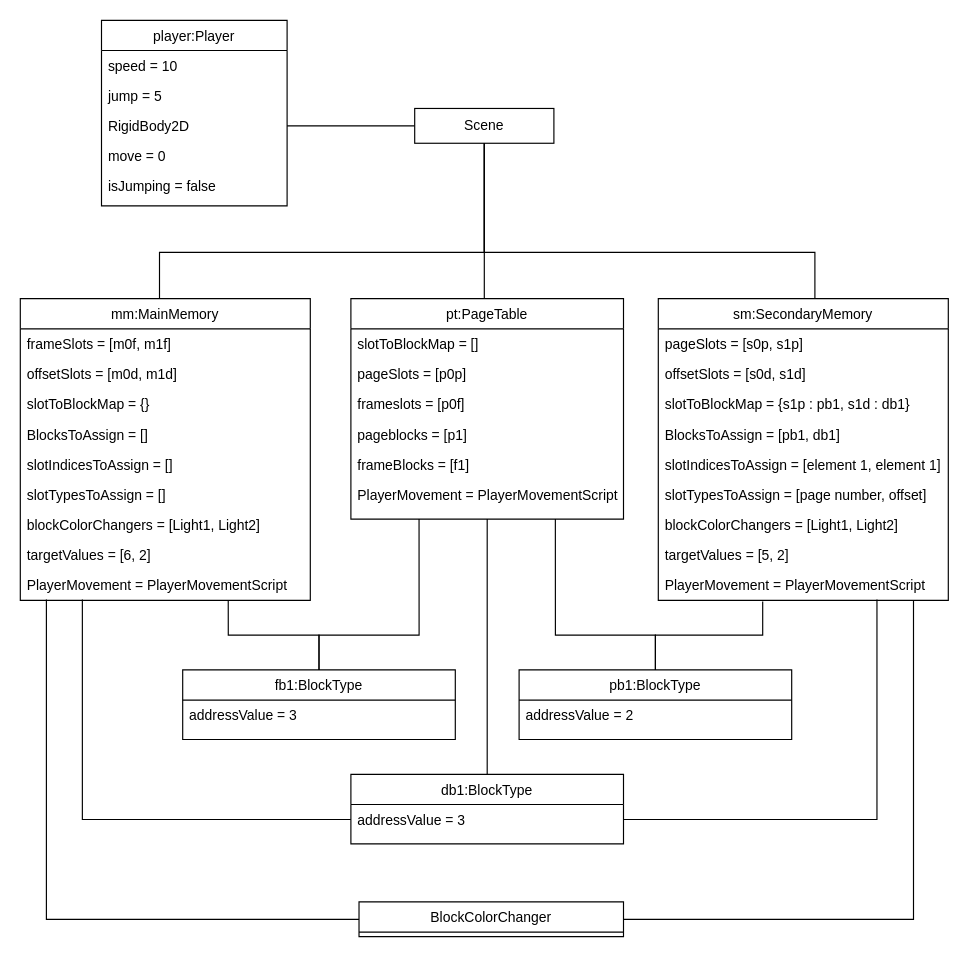
The draw.io diagram Drawio Files/MM_Object_Diagram.drawio in jgharrison1/Logical-Gate, before the edit. Source tidied: cells renumbered, new cells numbered last; positions are measured from the earlier drawing's top-left corner, leaving out a move shared by most shapes. Both pictures are drawn from the tidied source at 116%, with x=0, y=0 at pixel (20, 20).
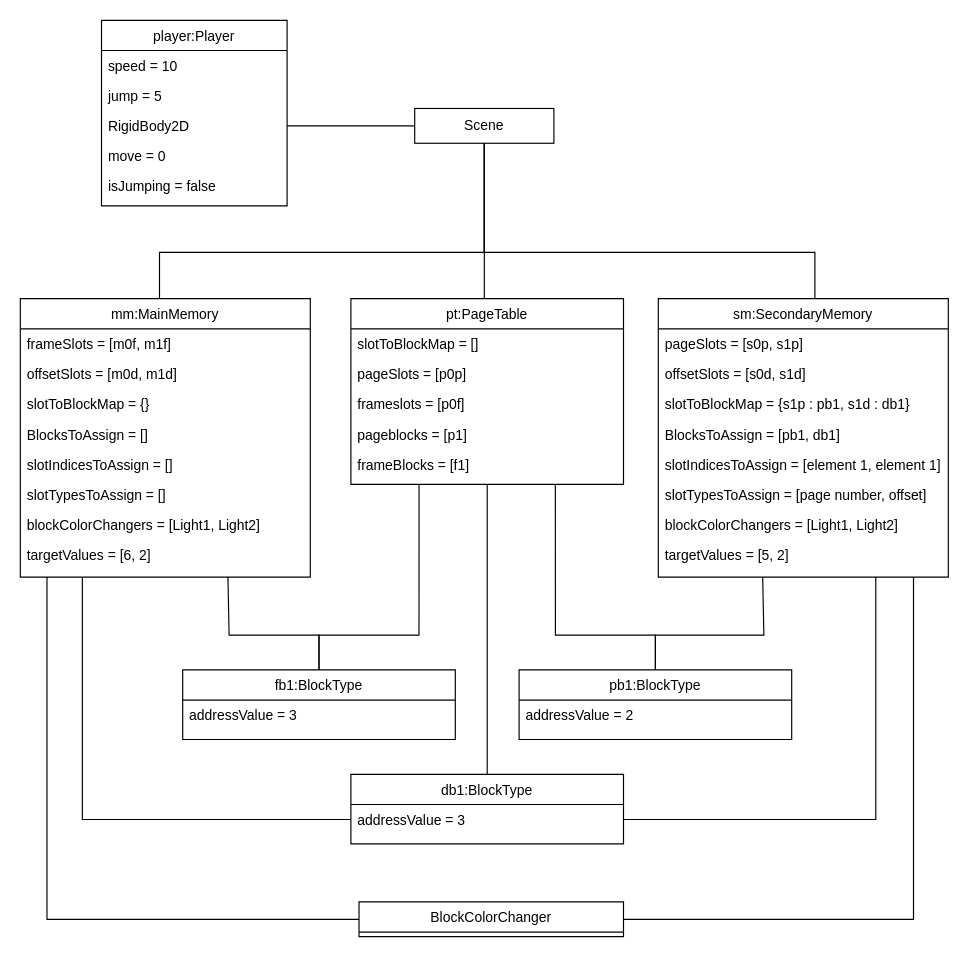
The same diagram, later.

Unchanged cells that the change refers to:
```xml
<mxCell id="28" value="targetValues = [6, 2]" style="text;align=left;verticalAlign=top;spacingLeft=4;spacingRight=4;overflow=hidden;points=[[0,0.5],[1,0.5]];portConstraint=eastwest;rounded=0;shadow=0;html=0;" parent="20" vertex="1">
  <mxGeometry y="208" width="250" height="26" as="geometry" />
</mxCell>
<mxCell id="42" value="addressValue = 3" style="text;align=left;verticalAlign=top;spacingLeft=4;spacingRight=4;overflow=hidden;points=[[0,0.5],[1,0.5]];portConstraint=eastwest;" parent="41" vertex="1">
  <mxGeometry y="26" width="235" height="26" as="geometry" />
</mxCell>
<mxCell id="44" value="fb1:BlockType" style="swimlane;fontStyle=0;align=center;verticalAlign=top;horizontal=1;startSize=26;rounded=0;shadow=0;strokeWidth=1;" parent="1" vertex="1">
  <mxGeometry x="140" y="560" width="235" height="60" as="geometry" />
</mxCell>
<mxCell id="47" value="pb1:BlockType" style="swimlane;fontStyle=0;align=center;verticalAlign=top;horizontal=1;startSize=26;rounded=0;shadow=0;strokeWidth=1;" parent="1" vertex="1">
  <mxGeometry x="430" y="560" width="235" height="60" as="geometry" />
</mxCell>
<mxCell id="53" value="BlockColorChanger" style="swimlane;fontStyle=0;align=center;verticalAlign=top;horizontal=1;startSize=26;rounded=0;shadow=0;strokeWidth=1;" parent="1" vertex="1">
  <mxGeometry x="292" y="760" width="228" height="30" as="geometry" />
</mxCell>
```

Change to the diagram source:
```diff
@@
     <mxCell id="9" value="pt:PageTable" style="swimlane;fontStyle=0;align=center;verticalAlign=top;horizontal=1;startSize=26;rounded=0;shadow=0;strokeWidth=1;" parent="1" vertex="1">
-      <mxGeometry x="285" y="240" width="235" height="190" as="geometry" />
+      <mxGeometry x="285" y="240" width="235" height="160" as="geometry" />
     </mxCell>
@@
-    <mxCell id="15" value="PlayerMovement = PlayerMovementScript" style="text;align=left;verticalAlign=top;spacingLeft=4;spacingRight=4;overflow=hidden;rounded=0;shadow=0;html=0;" parent="9" vertex="1">
-      <mxGeometry y="156" width="235" height="26" as="geometry" />
-    </mxCell>
@@
     <mxCell id="20" value="mm:MainMemory" style="swimlane;fontStyle=0;align=center;verticalAlign=top;horizontal=1;startSize=26;rounded=0;shadow=0;strokeWidth=1;" parent="1" vertex="1">
-      <mxGeometry y="240" width="250" height="260" as="geometry" />
+      <mxGeometry y="240" width="250" height="240" as="geometry" />
     </mxCell>
@@
-    <mxCell id="29" value="PlayerMovement = PlayerMovementScript" style="text;align=left;verticalAlign=top;spacingLeft=4;spacingRight=4;overflow=hidden;points=[[0,0.5],[1,0.5]];portConstraint=eastwest;rounded=0;shadow=0;html=0;" parent="20" vertex="1">
-      <mxGeometry y="234" width="250" height="26" as="geometry" />
-    </mxCell>
     <mxCell id="30" value="sm:SecondaryMemory" style="swimlane;fontStyle=0;align=center;verticalAlign=top;horizontal=1;startSize=26;rounded=0;shadow=0;strokeWidth=1;" parent="1" vertex="1">
-      <mxGeometry x="550" y="240" width="250" height="260" as="geometry" />
+      <mxGeometry x="550" y="240" width="250" height="240" as="geometry" />
     </mxCell>
@@
-    <mxCell id="39" value="PlayerMovement = PlayerMovementScript" style="text;align=left;verticalAlign=top;spacingLeft=4;spacingRight=4;overflow=hidden;points=[[0,0.5],[1,0.5]];portConstraint=eastwest;rounded=0;shadow=0;html=0;" parent="30" vertex="1">
-      <mxGeometry y="234" width="250" height="26" as="geometry" />
-    </mxCell>
@@
-    <mxCell id="49" style="edgeStyle=orthogonalEdgeStyle;rounded=0;jettySize=auto;html=1;entryX=0.214;entryY=0.977;entryDx=0;entryDy=0;entryPerimeter=0;endArrow=none;startFill=0;" parent="1" edge="1" source="42" target="29">
-      <mxGeometry relative="1" as="geometry" />
+    <mxCell id="49" style="edgeStyle=orthogonalEdgeStyle;rounded=0;jettySize=auto;html=1;entryX=0.214;entryY=1.231;entryDx=0;entryDy=0;entryPerimeter=0;endArrow=none;startFill=0;" parent="1" edge="1" source="42" target="28">
+      <mxGeometry relative="1" as="geometry">
+        <Array as="points">
+          <mxPoint x="54" y="689" />
+        </Array>
+      </mxGeometry>
     </mxCell>
-    <mxCell id="50" style="edgeStyle=orthogonalEdgeStyle;rounded=0;jettySize=auto;html=1;entryX=0.754;entryY=0.977;entryDx=0;entryDy=0;entryPerimeter=0;endArrow=none;startFill=0;" parent="1" edge="1" source="42" target="39">
+    <mxCell id="50" style="edgeStyle=orthogonalEdgeStyle;rounded=0;jettySize=auto;html=1;entryX=0.75;entryY=1;entryDx=0;entryDy=0;endArrow=none;startFill=0;" parent="1" edge="1" source="42" target="30">
       <mxGeometry relative="1" as="geometry" />
     </mxCell>
-    <mxCell id="51" style="edgeStyle=orthogonalEdgeStyle;rounded=0;jettySize=auto;html=1;entryX=0.36;entryY=1.038;entryDx=0;entryDy=0;entryPerimeter=0;endArrow=none;startFill=0;" parent="1" edge="1" source="47" target="39">
-      <mxGeometry relative="1" as="geometry" />
+    <mxCell id="51" style="edgeStyle=orthogonalEdgeStyle;rounded=0;jettySize=auto;html=1;endArrow=none;startFill=0;" parent="1" edge="1" source="47">
+      <mxGeometry relative="1" as="geometry">
+        <mxPoint x="640" y="480" as="targetPoint" />
+        <Array as="points">
+          <mxPoint x="548" y="530" />
+          <mxPoint x="641" y="530" />
+        </Array>
+      </mxGeometry>
     </mxCell>
-    <mxCell id="52" style="edgeStyle=orthogonalEdgeStyle;rounded=0;jettySize=auto;html=1;entryX=0.717;entryY=1.008;entryDx=0;entryDy=0;entryPerimeter=0;endArrow=none;startFill=0;" parent="1" edge="1" source="44" target="29">
-      <mxGeometry relative="1" as="geometry" />
+    <mxCell id="52" style="edgeStyle=orthogonalEdgeStyle;rounded=0;jettySize=auto;html=1;endArrow=none;startFill=0;" parent="1" edge="1" source="44">
+      <mxGeometry relative="1" as="geometry">
+        <mxPoint x="179" y="480" as="targetPoint" />
+        <Array as="points">
+          <mxPoint x="258" y="530" />
+          <mxPoint x="180" y="530" />
+        </Array>
+      </mxGeometry>
     </mxCell>
@@
-    <mxCell id="54" style="edgeStyle=orthogonalEdgeStyle;rounded=0;jettySize=auto;html=1;entryX=0.09;entryY=0.977;entryDx=0;entryDy=0;entryPerimeter=0;endArrow=none;startFill=0;" parent="1" edge="1" source="53" target="29">
+    <mxCell id="54" style="edgeStyle=orthogonalEdgeStyle;rounded=0;jettySize=auto;html=1;endArrow=none;startFill=0;" parent="1" edge="1" source="53">
       <mxGeometry relative="1" as="geometry">
+        <mxPoint x="23" y="480" as="targetPoint" />
         <Array as="points">
           <mxPoint x="23" y="775" />
         </Array>
       </mxGeometry>
     </mxCell>
     <mxCell id="55" style="edgeStyle=orthogonalEdgeStyle;rounded=0;jettySize=auto;html=1;endArrow=none;startFill=0;" parent="1" edge="1" source="53">
       <mxGeometry relative="1" as="geometry">
-        <mxPoint x="770" y="500" as="targetPoint" />
+        <mxPoint x="770" y="480" as="targetPoint" />
         <Array as="points">
           <mxPoint x="770" y="775" />
           <mxPoint x="770" y="501" />
         </Array>
       </mxGeometry>
     </mxCell>
```
